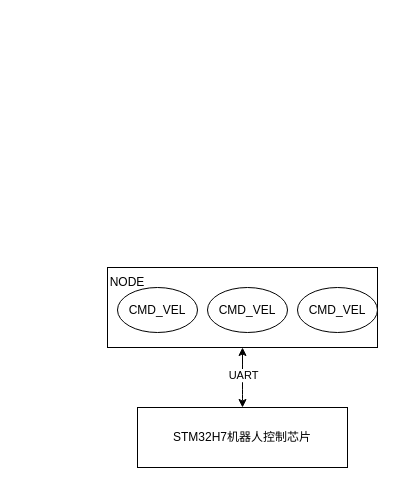
Above: ros_demo.drawio in mailonghua/drawio (draw.io), before the change. Source tidied: cells renumbered, new cells numbered last; positions are measured from the earlier drawing's top-left corner, leaving out a move shared by most shapes. Both pictures are drawn from the tidied source at 100%, with x=0, y=0 at pixel (97, 267).
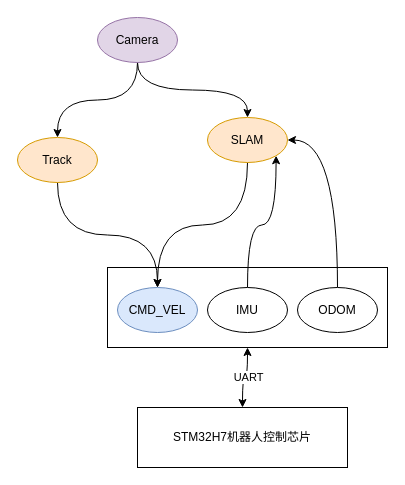
The same diagram, later.

Change to the diagram source:
```diff
@@
 <mxGraphModel>
   <root>
     <mxCell id="0" />
     <mxCell id="1" parent="0" />
+    <mxCell id="5" style="rounded=0;whiteSpace=wrap;html=1;" parent="1" vertex="1">
+      <mxGeometry x="10" width="280" height="80" as="geometry" />
+    </mxCell>
     <mxCell id="2" style="edgeStyle=orthogonalEdgeStyle;rounded=0;jettySize=auto;html=1;exitX=0.5;exitY=0;exitDx=0;exitDy=0;entryX=0.5;entryY=1;entryDx=0;entryDy=0;startArrow=classic;startFill=1;curved=1;" parent="1" edge="1" source="4" target="5">
       <mxGeometry relative="1" as="geometry" />
     </mxCell>
     <mxCell id="3" value="UART" style="edgeLabel;html=1;align=center;verticalAlign=middle;" parent="2" vertex="1">
       <mxGeometry x="0.1" relative="1" as="geometry" />
     </mxCell>
     <mxCell id="4" value="STM32H7机器人控制芯片" style="rounded=0;whiteSpace=wrap;html=1;" parent="1" vertex="1">
       <mxGeometry x="40" y="140" width="210" height="60" as="geometry" />
     </mxCell>
-    <mxCell id="5" style="rounded=0;whiteSpace=wrap;html=1;" parent="1" vertex="1">
-      <mxGeometry x="10" width="270" height="80" as="geometry" />
-    </mxCell>
-    <mxCell id="6" value="NODE" style="text;strokeColor=none;align=center;fillColor=none;html=1;verticalAlign=middle;whiteSpace=wrap;rounded=0;" parent="1" vertex="1">
-      <mxGeometry width="60" height="30" as="geometry" />
-    </mxCell>
-    <mxCell id="7" value="CMD_VEL" style="ellipse;whiteSpace=wrap;html=1;" parent="1" vertex="1">
+    <mxCell id="7" value="CMD_VEL" style="ellipse;whiteSpace=wrap;html=1;fillColor=#dae8fc;strokeColor=#6c8ebf;" parent="1" vertex="1">
       <mxGeometry x="20" y="20" width="80" height="45" as="geometry" />
     </mxCell>
+    <mxCell id="10" style="edgeStyle=orthogonalEdgeStyle;curved=1;rounded=0;jettySize=auto;html=1;exitX=0.5;exitY=0;exitDx=0;exitDy=0;entryX=1;entryY=1;entryDx=0;entryDy=0;" parent="1" edge="1" source="8" target="16">
+      <mxGeometry relative="1" as="geometry" />
+    </mxCell>
-    <mxCell id="8" value="CMD_VEL" style="ellipse;whiteSpace=wrap;html=1;" parent="1" vertex="1">
+    <mxCell id="8" value="IMU" style="ellipse;whiteSpace=wrap;html=1;" parent="1" vertex="1">
       <mxGeometry x="110" y="20" width="80" height="45" as="geometry" />
     </mxCell>
+    <mxCell id="11" style="edgeStyle=orthogonalEdgeStyle;curved=1;rounded=0;jettySize=auto;html=1;exitX=0.5;exitY=0;exitDx=0;exitDy=0;entryX=1;entryY=0.5;entryDx=0;entryDy=0;" parent="1" edge="1" source="9" target="16">
+      <mxGeometry relative="1" as="geometry" />
+    </mxCell>
-    <mxCell id="9" value="CMD_VEL" style="ellipse;whiteSpace=wrap;html=1;" parent="1" vertex="1">
+    <mxCell id="9" value="ODOM" style="ellipse;whiteSpace=wrap;html=1;" parent="1" vertex="1">
       <mxGeometry x="200" y="20" width="80" height="45" as="geometry" />
     </mxCell>
+    <mxCell id="12" style="edgeStyle=orthogonalEdgeStyle;curved=1;rounded=0;jettySize=auto;html=1;exitX=0.5;exitY=1;exitDx=0;exitDy=0;entryX=0.5;entryY=0;entryDx=0;entryDy=0;" parent="1" edge="1" source="14" target="18">
+      <mxGeometry relative="1" as="geometry" />
+    </mxCell>
+    <mxCell id="13" style="edgeStyle=orthogonalEdgeStyle;curved=1;rounded=0;jettySize=auto;html=1;exitX=0.5;exitY=1;exitDx=0;exitDy=0;entryX=0.5;entryY=0;entryDx=0;entryDy=0;" parent="1" edge="1" source="14" target="16">
+      <mxGeometry relative="1" as="geometry" />
+    </mxCell>
+    <mxCell id="14" value="Camera" style="ellipse;whiteSpace=wrap;html=1;fillColor=#e1d5e7;strokeColor=#9673a6;" parent="1" vertex="1">
+      <mxGeometry y="-250" width="80" height="45" as="geometry" />
+    </mxCell>
+    <mxCell id="15" style="edgeStyle=orthogonalEdgeStyle;curved=1;rounded=0;jettySize=auto;html=1;exitX=0.5;exitY=1;exitDx=0;exitDy=0;entryX=0.5;entryY=0;entryDx=0;entryDy=0;" parent="1" edge="1" source="16" target="7">
+      <mxGeometry relative="1" as="geometry" />
+    </mxCell>
+    <mxCell id="16" value="SLAM" style="ellipse;whiteSpace=wrap;html=1;fillColor=#ffe6cc;strokeColor=#d79b00;" parent="1" vertex="1">
+      <mxGeometry x="110" y="-150" width="80" height="45" as="geometry" />
+    </mxCell>
+    <mxCell id="17" style="edgeStyle=orthogonalEdgeStyle;curved=1;rounded=0;jettySize=auto;html=1;exitX=0.5;exitY=1;exitDx=0;exitDy=0;entryX=0.5;entryY=0;entryDx=0;entryDy=0;" parent="1" edge="1" source="18" target="7">
+      <mxGeometry relative="1" as="geometry" />
+    </mxCell>
+    <mxCell id="18" value="Track" style="ellipse;whiteSpace=wrap;html=1;fillColor=#ffe6cc;strokeColor=#d79b00;" parent="1" vertex="1">
+      <mxGeometry x="-80" y="-130" width="80" height="45" as="geometry" />
+    </mxCell>
   </root>
 </mxGraphModel>
```
